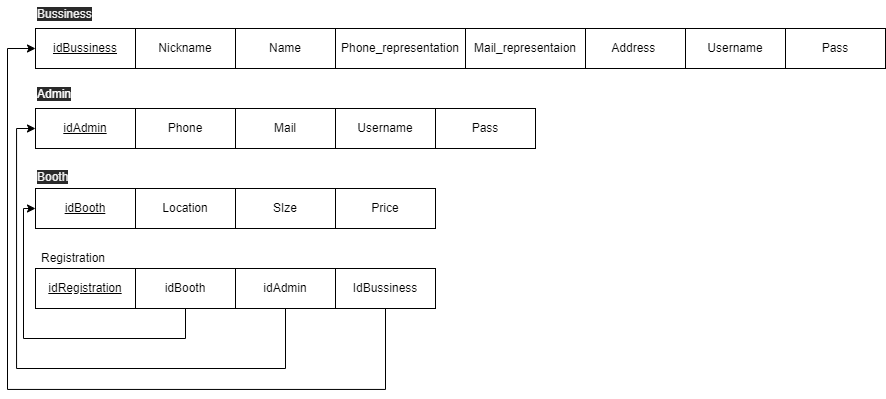
Above: Database/mapping.drawio.png in hao-phamlehoan/CSE-Job-Fair-Registration-Website (draw.io), before the change. Source tidied: cells renumbered, new cells last; positions are measured from the earlier drawing's top-left corner, leaving out a move shared by most shapes.
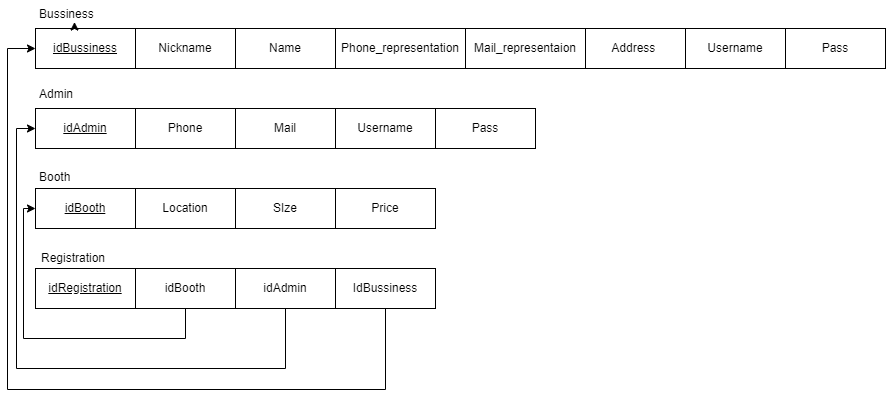
Later version of the same file.

What changed in the source:
```diff
@@ -95,14 +95,17 @@
     <mxCell id="26" value="Registration" style="text;strokeColor=none;fillColor=none;spacingLeft=4;spacingRight=4;overflow=hidden;fontSize=12;" parent="1" vertex="1">
       <mxGeometry x="28" y="244" width="114" height="30" as="geometry" />
     </mxCell>
-    <mxCell id="27" value="&lt;span style=&quot;color: rgb(240, 240, 240); font-family: helvetica; font-size: 12px; font-style: normal; font-weight: 400; letter-spacing: normal; text-align: center; text-indent: 0px; text-transform: none; word-spacing: 0px; background-color: rgb(42, 42, 42); display: inline; float: none;&quot;&gt;Booth&lt;/span&gt;" style="text;whiteSpace=wrap;html=1;" parent="1" vertex="1">
-      <mxGeometry x="28" y="163" width="51" height="28" as="geometry" />
+    <mxCell id="27" value="&lt;span style=&quot;font-family: &amp;#34;helvetica&amp;#34; ; font-size: 12px ; font-style: normal ; font-weight: 400 ; letter-spacing: normal ; text-align: center ; text-indent: 0px ; text-transform: none ; word-spacing: 0px ; display: inline ; float: none ; background-color: rgb(255 , 255 , 255)&quot;&gt;Booth&lt;/span&gt;" style="text;whiteSpace=wrap;html=1;" parent="1" vertex="1">
+      <mxGeometry x="30" y="163" width="51" height="28" as="geometry" />
     </mxCell>
-    <mxCell id="28" value="&lt;span style=&quot;color: rgb(255, 255, 255); font-family: helvetica; font-size: 12px; font-style: normal; font-weight: 400; letter-spacing: normal; text-align: center; text-indent: 0px; text-transform: none; word-spacing: 0px; background-color: rgb(42, 42, 42); display: inline; float: none;&quot;&gt;Admin&lt;/span&gt;" style="text;whiteSpace=wrap;html=1;" parent="1" vertex="1">
-      <mxGeometry x="28" y="80" width="54" height="28" as="geometry" />
+    <mxCell id="28" value="&lt;span style=&quot;font-family: &amp;#34;helvetica&amp;#34; ; font-size: 12px ; font-style: normal ; font-weight: 400 ; letter-spacing: normal ; text-align: center ; text-indent: 0px ; text-transform: none ; word-spacing: 0px ; display: inline ; float: none ; background-color: rgb(255 , 255 , 255)&quot;&gt;Admin&lt;/span&gt;" style="text;whiteSpace=wrap;html=1;" parent="1" vertex="1">
+      <mxGeometry x="30" y="80" width="54" height="28" as="geometry" />
     </mxCell>
-    <mxCell id="29" value="&lt;span style=&quot;color: rgb(240, 240, 240); font-family: helvetica; font-size: 12px; font-style: normal; font-weight: 400; letter-spacing: normal; text-align: center; text-indent: 0px; text-transform: none; word-spacing: 0px; background-color: rgb(42, 42, 42); display: inline; float: none;&quot;&gt;Bussiness&lt;/span&gt;" style="text;whiteSpace=wrap;html=1;" parent="1" vertex="1">
-      <mxGeometry x="28" width="74" height="28" as="geometry" />
+    <mxCell id="29" value="&lt;span style=&quot;font-family: &amp;#34;helvetica&amp;#34; ; font-size: 12px ; font-style: normal ; font-weight: 400 ; letter-spacing: normal ; text-align: center ; text-indent: 0px ; text-transform: none ; word-spacing: 0px ; display: inline ; float: none ; background-color: rgb(255 , 255 , 255)&quot;&gt;Bussiness&lt;/span&gt;" style="text;whiteSpace=wrap;html=1;" parent="1" vertex="1">
+      <mxGeometry x="30" width="74" height="28" as="geometry" />
     </mxCell>
+    <mxCell id="30" style="edgeStyle=none;html=1;exitX=0.5;exitY=1;exitDx=0;exitDy=0;entryX=0.5;entryY=0.769;entryDx=0;entryDy=0;entryPerimeter=0;fontColor=#000000;" parent="1" edge="1" source="29" target="29">
+      <mxGeometry relative="1" as="geometry" />
+    </mxCell>
   </root>
 </mxGraphModel>
```
